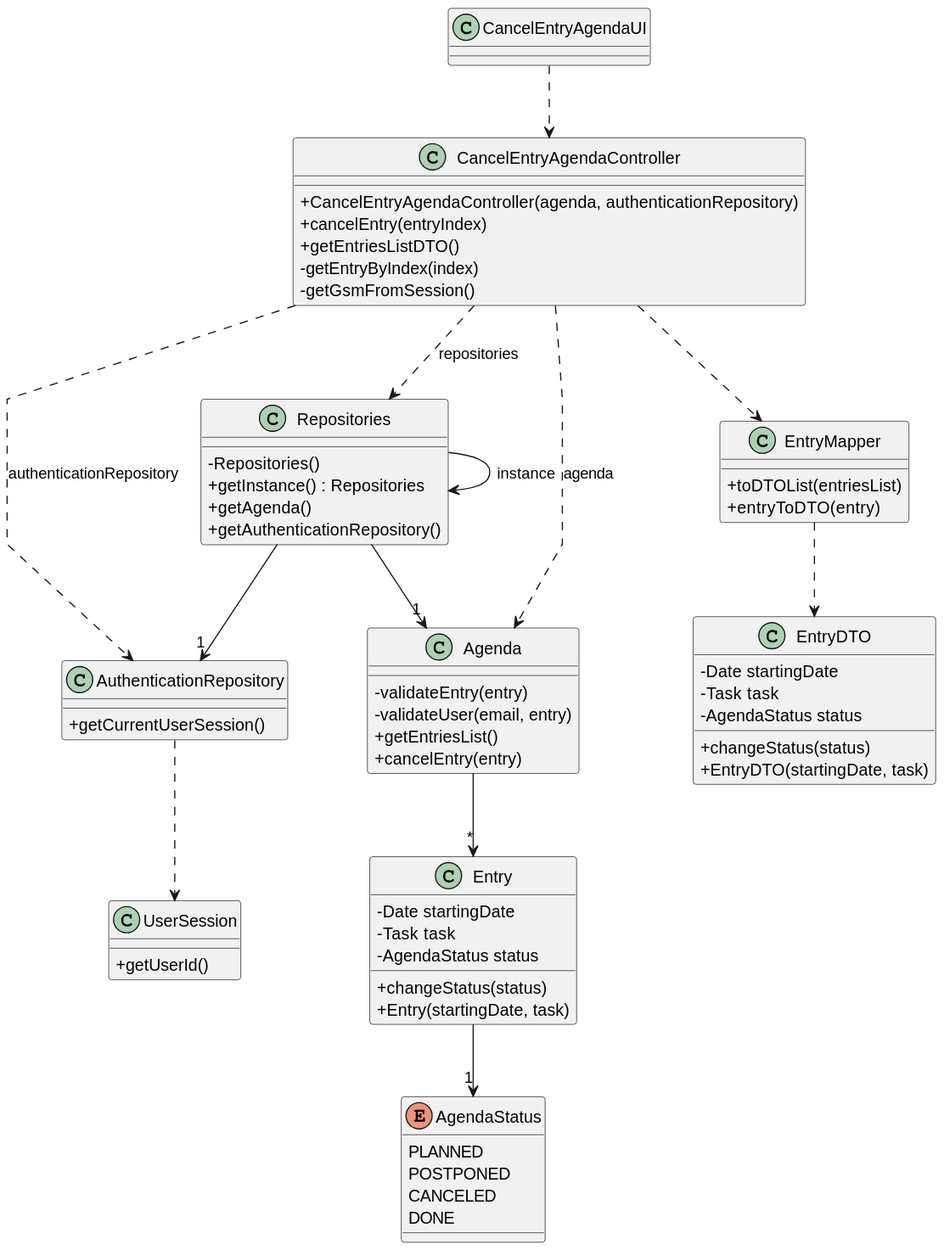
Above: docs/sprintA&B&C/us025/03.design/svg/us025-class-diagram.svg in daniel41silva05/ISEP_2023_2024_LAPR2 (PlantUML), before the change.
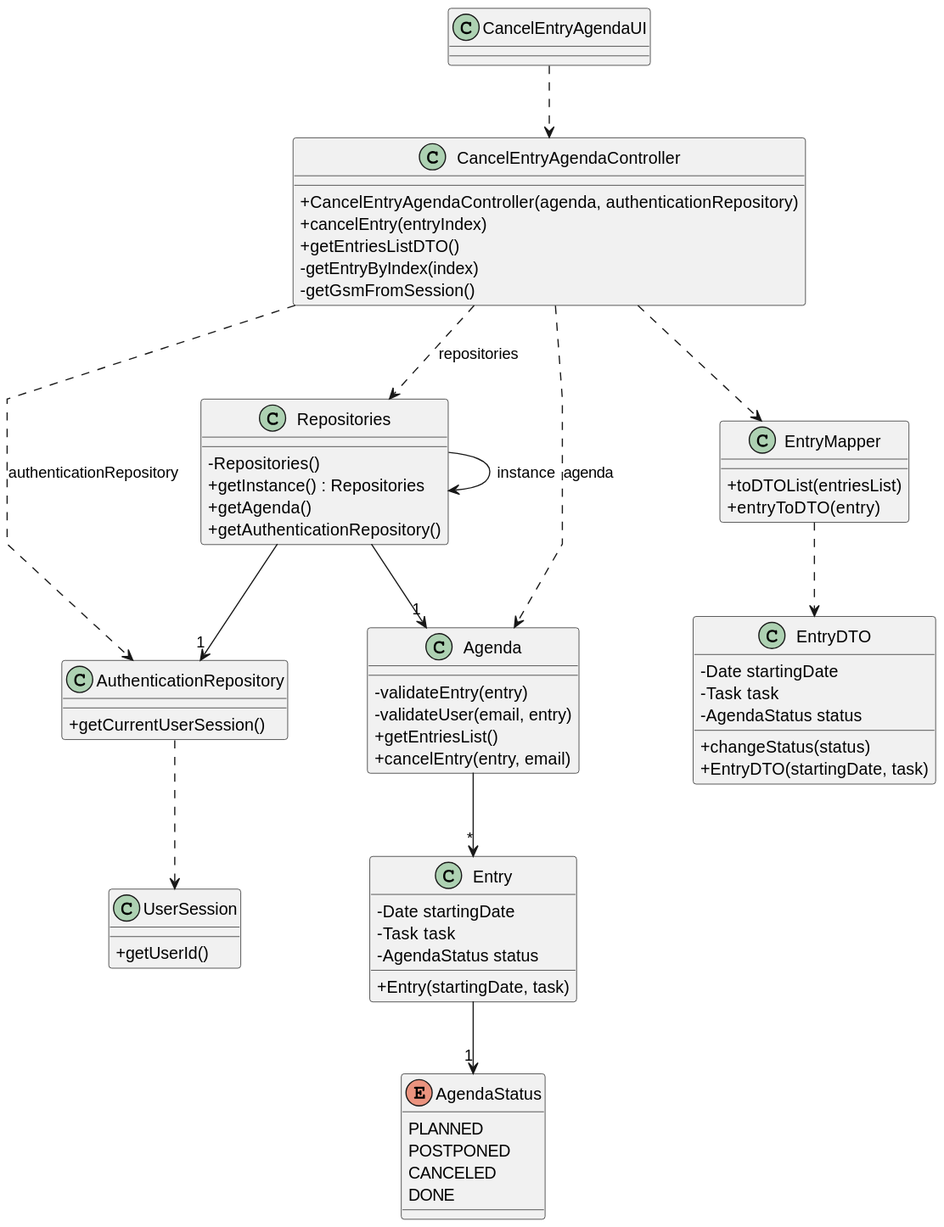
The same diagram one commit later.

Diff of the diagram source:
```diff
@@ -49,14 +49,13 @@
     -validateEntry(entry)
     -validateUser(email, entry)
     +getEntriesList()
-    +cancelEntry(entry)
+    +cancelEntry(entry, email)
 }
 
 class Entry{
     -Date startingDate
     -Task task
     -AgendaStatus status
-    +changeStatus(status)
     +Entry(startingDate, task)
 }
 
```
